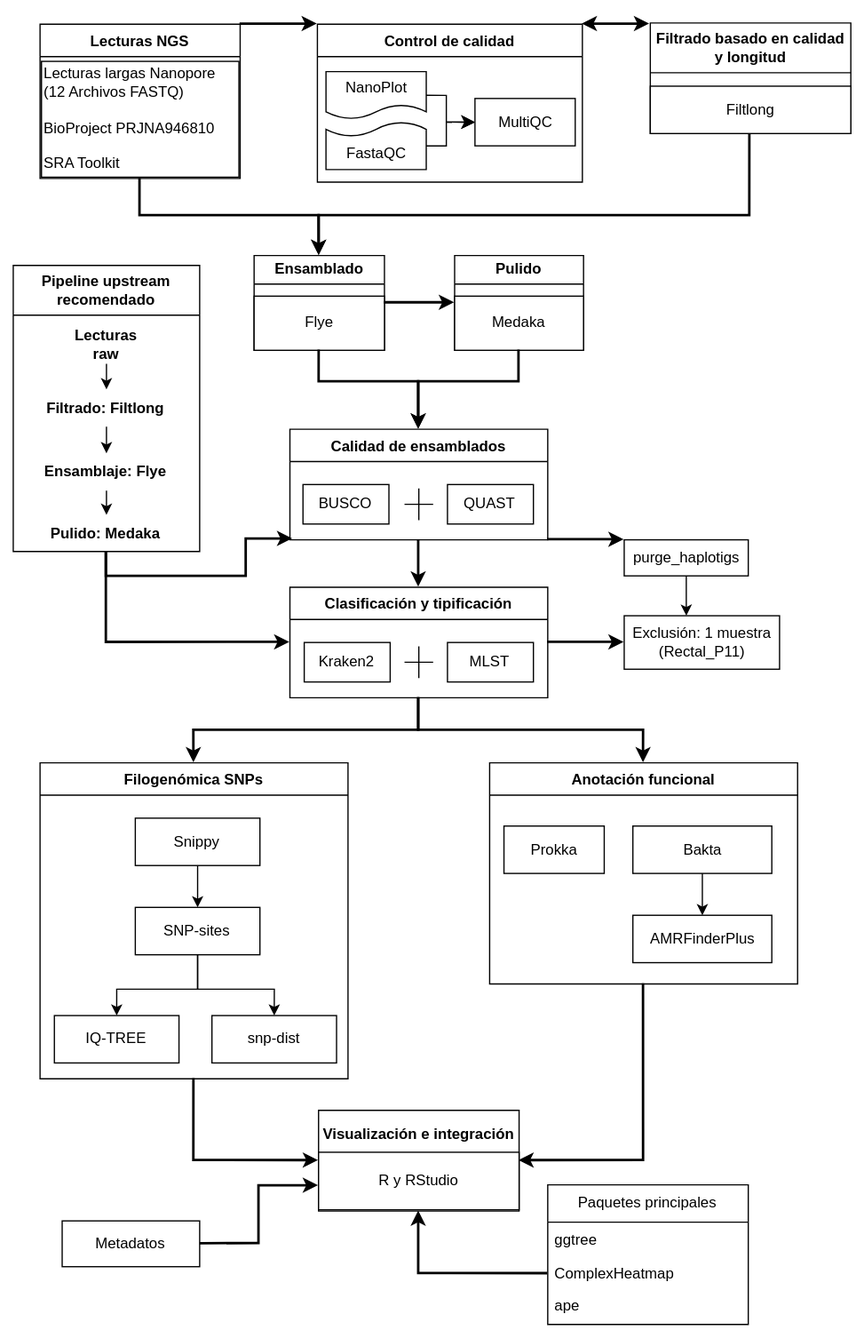
The draw.io diagram figures/pipeline.svg in juano3101/paeruginosa-st253-genomics, before a commit. Source tidied: cells renumbered, new cells last; positions are measured from the earlier drawing's top-left corner, leaving out a move shared by most shapes.
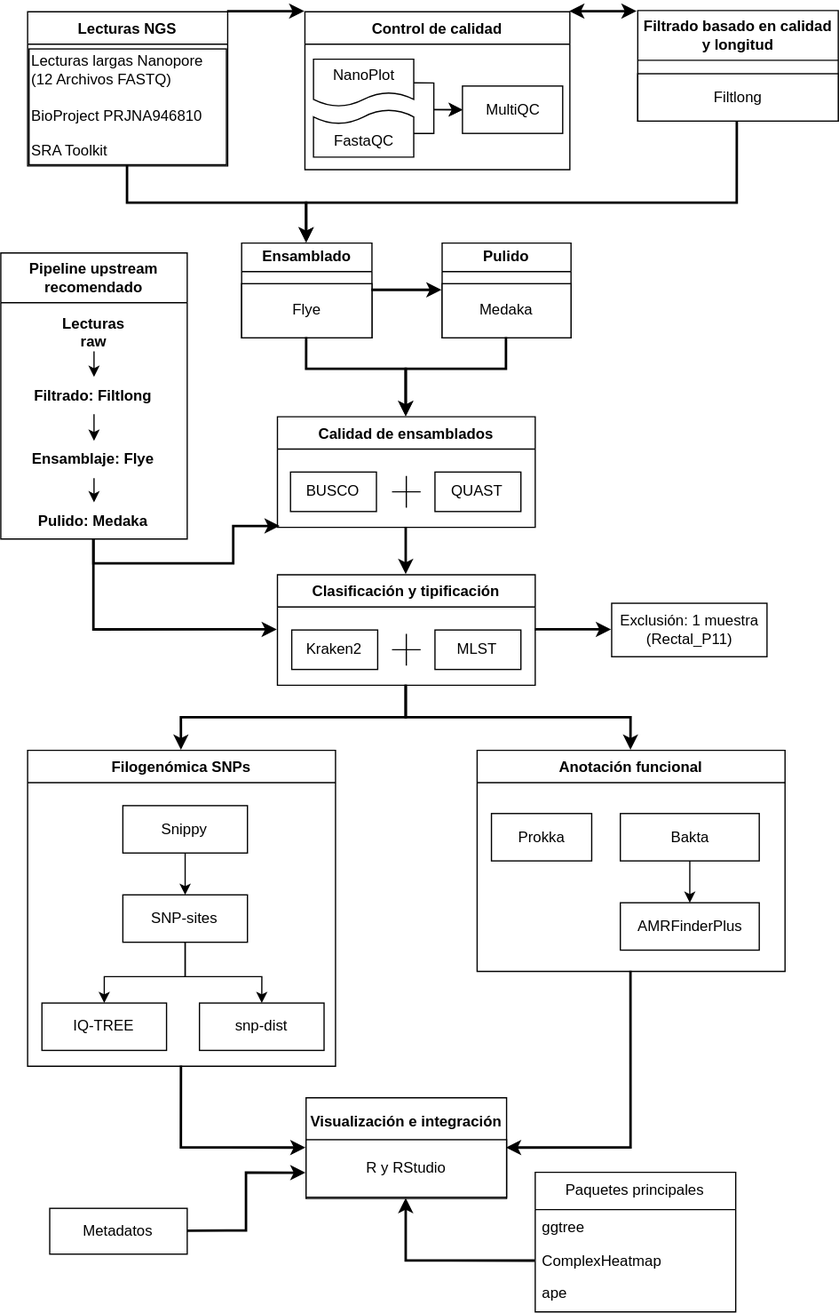
Later version of the same file.

Diff of the diagram source:
```diff
@@ -231,15 +231,6 @@
     <mxCell id="63" value="Exclusión: 1 muestra (Rectal_P11)" style="rounded=0;whiteSpace=wrap;html=1;" parent="1" vertex="1">
       <mxGeometry x="491.6" y="476.7" width="125" height="43" as="geometry" />
     </mxCell>
-    <mxCell id="64" value="&lt;a href=&quot;https://bitbucket.org/mroachawri/purge_haplotigs/src/master/&quot;&gt;purge_haplotigs&lt;/a&gt;" style="rounded=0;whiteSpace=wrap;html=1;" parent="1" vertex="1">
-      <mxGeometry x="491.6" y="415.6" width="99.8" height="29" as="geometry" />
-    </mxCell>
-    <mxCell id="65" style="endArrow=classic;html=1;rounded=0;entryX=0;entryY=0;entryDx=0;entryDy=0;exitX=1;exitY=1;exitDx=0;exitDy=0;strokeWidth=2;" parent="1" edge="1" source="26" target="64">
-      <mxGeometry relative="1" as="geometry" />
-    </mxCell>
-    <mxCell id="66" style="edgeStyle=orthogonalEdgeStyle;rounded=0;jettySize=auto;html=1;entryX=0.4;entryY=0;entryDx=0;entryDy=0;entryPerimeter=0;" parent="1" edge="1" source="64" target="63">
-      <mxGeometry relative="1" as="geometry" />
-    </mxCell>
     <mxCell id="67" style="edgeStyle=orthogonalEdgeStyle;rounded=0;jettySize=auto;html=1;exitX=0.5;exitY=1;exitDx=0;exitDy=0;entryX=0;entryY=0.5;entryDx=0;entryDy=0;strokeWidth=2;" parent="1" edge="1" source="69" target="33">
       <mxGeometry relative="1" as="geometry" />
     </mxCell>
```
